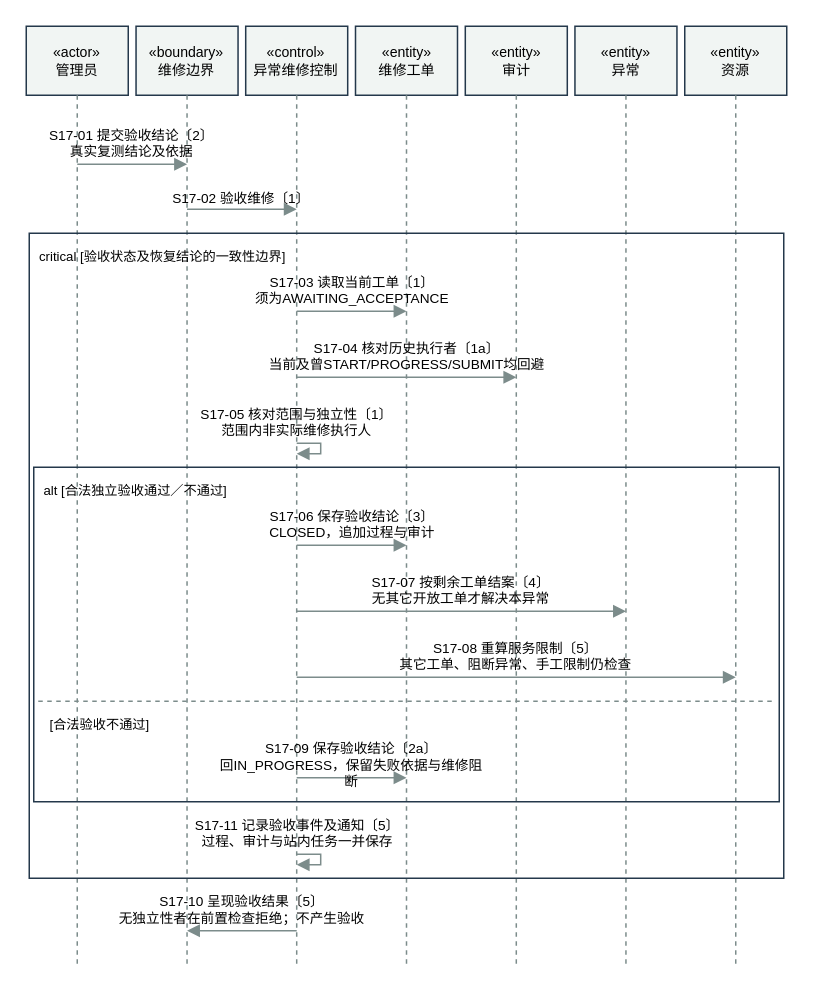
Above: models/图形源文件/图5-7-维修验收内部协作序列图.drawio in yvming67-gif/campus-lab-equipment-manager (draw.io), before the change. Source tidied: cells renumbered, new cells numbered last; positions are measured from the earlier drawing's top-left corner, leaving out a move shared by most shapes. Both pictures are drawn from the tidied source at 150%, with x=0, y=0 at pixel (26, 26).
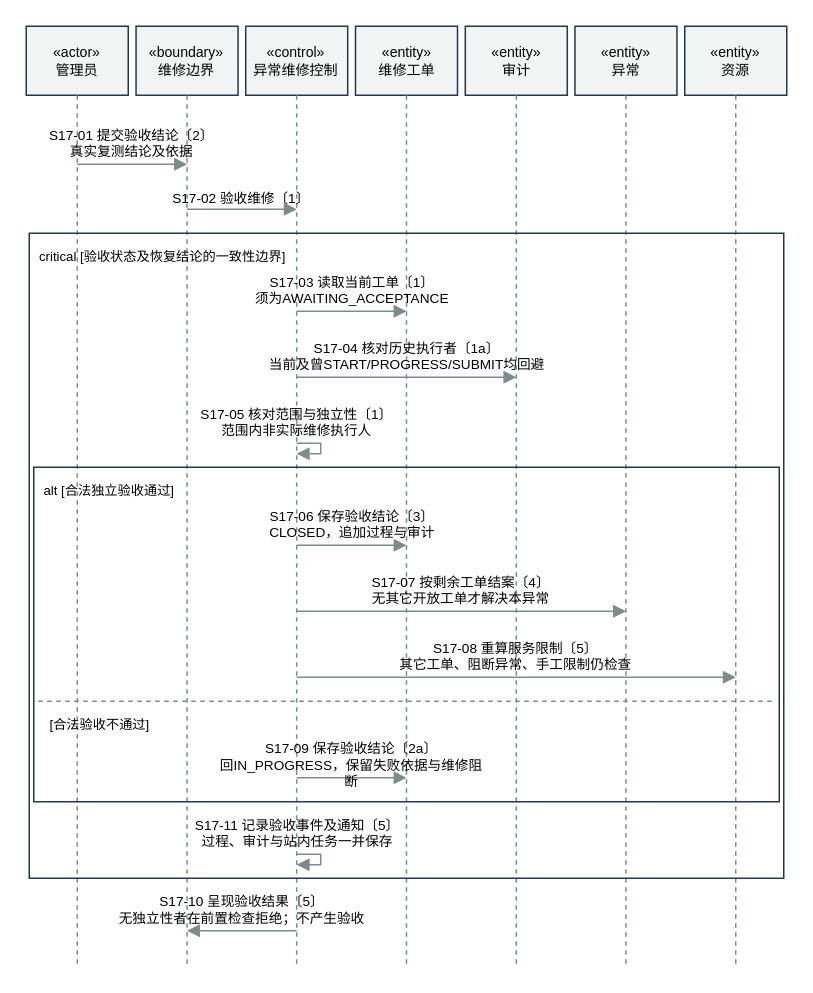
The same diagram, later.

Change to the diagram source:
```diff
@@
-    <mxCell id="17" value="alt [合法独立验收通过／不通过]" style="text;whiteSpace=wrap;html=1;strokeColor=none;fillColor=none;fontFamily=Microsoft YaHei;fontSize=8.8;align=left;" parent="1" vertex="1">
-      <mxGeometry x="10" y="298.1" width="129" height="11.8" as="geometry" />
+    <mxCell id="17" value="alt [合法独立验收通过]" style="text;whiteSpace=wrap;html=1;strokeColor=none;fillColor=none;fontFamily=Microsoft YaHei;fontSize=8.8;align=left;" parent="1" vertex="1">
+      <mxGeometry x="10" y="298.1" width="94.3" height="11.8" as="geometry" />
     </mxCell>
```
